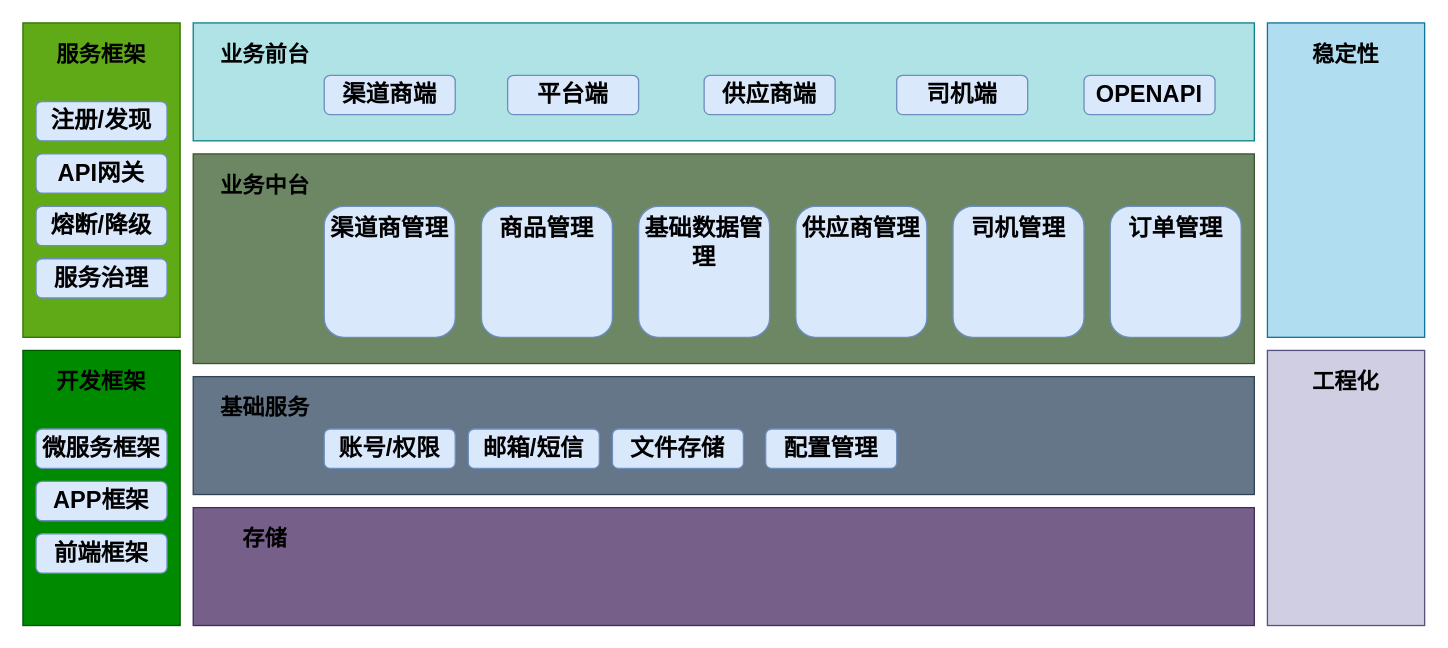
Above: images/未命名绘图.drawio in youngsapling/kappak (draw.io), before the change. Source tidied: cells renumbered, new cells numbered last; positions are measured from the earlier drawing's top-left corner, leaving out a move shared by most shapes. Both pictures are drawn from the tidied source at 131%, with x=0, y=0 at pixel (22, 22).
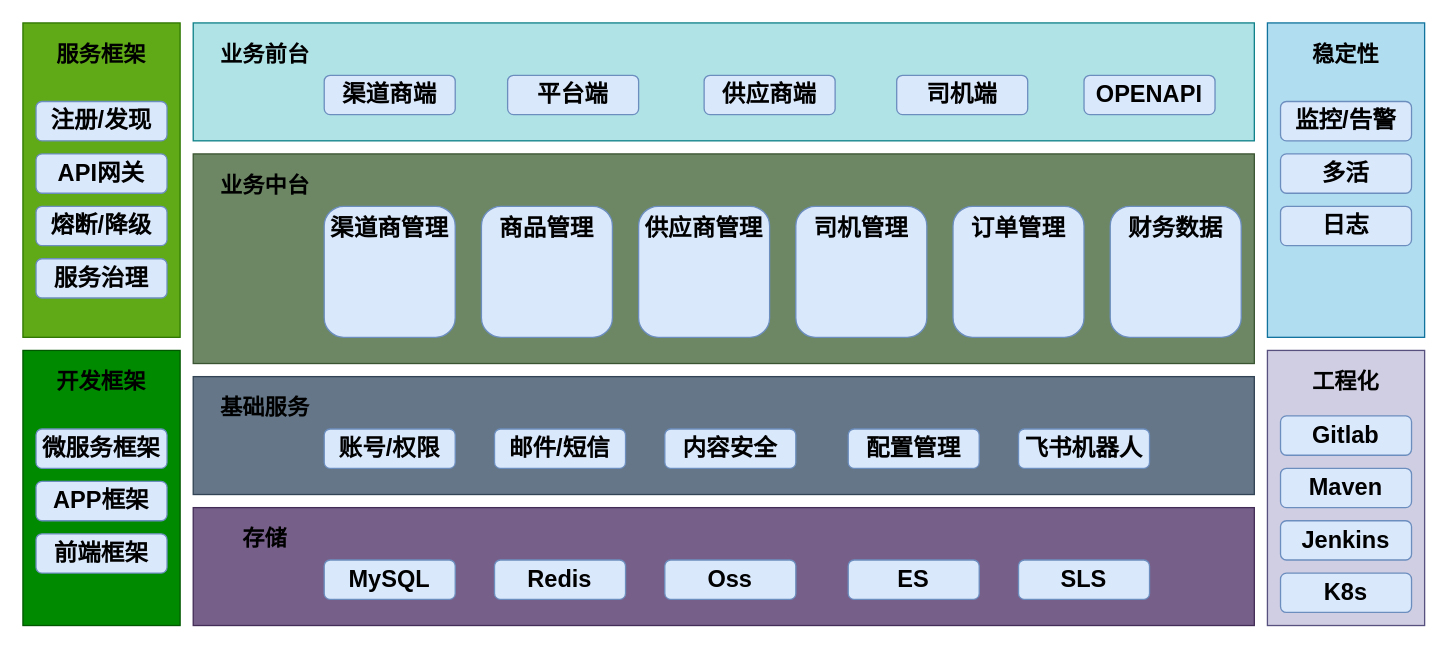
Above is the later version.

Commit message:
更新未命名绘图.drawio

The edit, as a diff of the source:
```diff
@@
-    <mxCell id="32" value="&lt;span style=&quot;font-size: 18px;&quot;&gt;&lt;b&gt;基础数据管理&lt;/b&gt;&lt;/span&gt;" style="rounded=1;whiteSpace=wrap;html=1;fillColor=#dae8fc;strokeColor=#6c8ebf;align=center;horizontal=1;verticalAlign=top;" parent="1" vertex="1">
+    <mxCell id="32" value="&lt;b style=&quot;font-size: 18px;&quot;&gt;供应商管理&lt;/b&gt;" style="rounded=1;whiteSpace=wrap;html=1;fillColor=#dae8fc;strokeColor=#6c8ebf;align=center;horizontal=1;verticalAlign=top;" parent="1" vertex="1">
       <mxGeometry x="470" y="140" width="100" height="100" as="geometry" />
     </mxCell>
-    <mxCell id="33" value="&lt;span style=&quot;font-size: 18px;&quot;&gt;&lt;b&gt;供应商管理&lt;/b&gt;&lt;/span&gt;" style="rounded=1;whiteSpace=wrap;html=1;fillColor=#dae8fc;strokeColor=#6c8ebf;align=center;horizontal=1;verticalAlign=top;" parent="1" vertex="1">
+    <mxCell id="33" value="&lt;b style=&quot;font-size: 18px;&quot;&gt;司机管理&lt;/b&gt;" style="rounded=1;whiteSpace=wrap;html=1;fillColor=#dae8fc;strokeColor=#6c8ebf;align=center;horizontal=1;verticalAlign=top;" parent="1" vertex="1">
       <mxGeometry x="590" y="140" width="100" height="100" as="geometry" />
     </mxCell>
-    <mxCell id="34" value="&lt;span style=&quot;font-size: 18px;&quot;&gt;&lt;b&gt;司机管理&lt;/b&gt;&lt;/span&gt;" style="rounded=1;whiteSpace=wrap;html=1;fillColor=#dae8fc;strokeColor=#6c8ebf;align=center;horizontal=1;verticalAlign=top;" parent="1" vertex="1">
+    <mxCell id="34" value="&lt;b style=&quot;font-size: 18px;&quot;&gt;订单管理&lt;/b&gt;" style="rounded=1;whiteSpace=wrap;html=1;fillColor=#dae8fc;strokeColor=#6c8ebf;align=center;horizontal=1;verticalAlign=top;" parent="1" vertex="1">
       <mxGeometry x="710" y="140" width="100" height="100" as="geometry" />
     </mxCell>
-    <mxCell id="35" value="&lt;span style=&quot;font-size: 18px;&quot;&gt;&lt;b&gt;订单管理&lt;/b&gt;&lt;/span&gt;" style="rounded=1;whiteSpace=wrap;html=1;fillColor=#dae8fc;strokeColor=#6c8ebf;align=center;horizontal=1;verticalAlign=top;" parent="1" vertex="1">
+    <mxCell id="35" value="&lt;span style=&quot;font-size: 18px;&quot;&gt;&lt;b&gt;财务数据&lt;/b&gt;&lt;/span&gt;" style="rounded=1;whiteSpace=wrap;html=1;fillColor=#dae8fc;strokeColor=#6c8ebf;align=center;horizontal=1;verticalAlign=top;" parent="1" vertex="1">
       <mxGeometry x="830" y="140" width="100" height="100" as="geometry" />
     </mxCell>
@@
-    <mxCell id="37" value="&lt;b&gt;&lt;font style=&quot;font-size: 18px;&quot;&gt;邮箱/短信&lt;/font&gt;&lt;/b&gt;" style="rounded=1;whiteSpace=wrap;html=1;fillColor=#dae8fc;strokeColor=#6c8ebf;" parent="1" vertex="1">
-      <mxGeometry x="340" y="310" width="100" height="30" as="geometry" />
+    <mxCell id="37" value="&lt;b&gt;&lt;font style=&quot;font-size: 18px;&quot;&gt;邮件/短信&lt;/font&gt;&lt;/b&gt;" style="rounded=1;whiteSpace=wrap;html=1;fillColor=#dae8fc;strokeColor=#6c8ebf;" parent="1" vertex="1">
+      <mxGeometry x="360" y="310" width="100" height="30" as="geometry" />
     </mxCell>
-    <mxCell id="38" value="&lt;b&gt;&lt;font style=&quot;font-size: 18px;&quot;&gt;文件存储&lt;/font&gt;&lt;/b&gt;" style="rounded=1;whiteSpace=wrap;html=1;fillColor=#dae8fc;strokeColor=#6c8ebf;" parent="1" vertex="1">
-      <mxGeometry x="450" y="310" width="100" height="30" as="geometry" />
+    <mxCell id="38" value="&lt;b&gt;&lt;font style=&quot;font-size: 18px;&quot;&gt;内容安全&lt;/font&gt;&lt;/b&gt;" style="rounded=1;whiteSpace=wrap;html=1;fillColor=#dae8fc;strokeColor=#6c8ebf;" parent="1" vertex="1">
+      <mxGeometry x="490" y="310" width="100" height="30" as="geometry" />
     </mxCell>
     <mxCell id="39" value="&lt;b&gt;&lt;font style=&quot;font-size: 18px;&quot;&gt;配置管理&lt;/font&gt;&lt;/b&gt;" style="rounded=1;whiteSpace=wrap;html=1;fillColor=#dae8fc;strokeColor=#6c8ebf;" parent="1" vertex="1">
-      <mxGeometry x="567" y="310" width="100" height="30" as="geometry" />
+      <mxGeometry x="630" y="310" width="100" height="30" as="geometry" />
     </mxCell>
+    <mxCell id="40" value="&lt;b&gt;&lt;font style=&quot;font-size: 18px;&quot;&gt;飞书机器人&lt;/font&gt;&lt;/b&gt;" style="rounded=1;whiteSpace=wrap;html=1;fillColor=#dae8fc;strokeColor=#6c8ebf;" parent="1" vertex="1">
+      <mxGeometry x="760" y="310" width="100" height="30" as="geometry" />
+    </mxCell>
+    <mxCell id="41" value="&lt;b&gt;&lt;font style=&quot;font-size: 18px;&quot;&gt;MySQL&lt;/font&gt;&lt;/b&gt;" style="rounded=1;whiteSpace=wrap;html=1;fillColor=#dae8fc;strokeColor=#6c8ebf;" parent="1" vertex="1">
+      <mxGeometry x="230" y="410" width="100" height="30" as="geometry" />
+    </mxCell>
+    <mxCell id="42" value="&lt;b&gt;&lt;font style=&quot;font-size: 18px;&quot;&gt;Redis&lt;/font&gt;&lt;/b&gt;" style="rounded=1;whiteSpace=wrap;html=1;fillColor=#dae8fc;strokeColor=#6c8ebf;" parent="1" vertex="1">
+      <mxGeometry x="360" y="410" width="100" height="30" as="geometry" />
+    </mxCell>
+    <mxCell id="43" value="&lt;b&gt;&lt;font style=&quot;font-size: 18px;&quot;&gt;Oss&lt;/font&gt;&lt;/b&gt;" style="rounded=1;whiteSpace=wrap;html=1;fillColor=#dae8fc;strokeColor=#6c8ebf;" parent="1" vertex="1">
+      <mxGeometry x="490" y="410" width="100" height="30" as="geometry" />
+    </mxCell>
+    <mxCell id="44" value="&lt;span style=&quot;font-size: 18px;&quot;&gt;&lt;b&gt;ES&lt;/b&gt;&lt;/span&gt;" style="rounded=1;whiteSpace=wrap;html=1;fillColor=#dae8fc;strokeColor=#6c8ebf;" parent="1" vertex="1">
+      <mxGeometry x="630" y="410" width="100" height="30" as="geometry" />
+    </mxCell>
+    <mxCell id="45" value="&lt;b&gt;&lt;font style=&quot;font-size: 18px;&quot;&gt;SLS&lt;/font&gt;&lt;/b&gt;" style="rounded=1;whiteSpace=wrap;html=1;fillColor=#dae8fc;strokeColor=#6c8ebf;" parent="1" vertex="1">
+      <mxGeometry x="760" y="410" width="100" height="30" as="geometry" />
+    </mxCell>
+    <mxCell id="46" value="&lt;span style=&quot;font-size: 18px;&quot;&gt;&lt;b&gt;监控/告警&lt;/b&gt;&lt;/span&gt;" style="rounded=1;whiteSpace=wrap;html=1;fillColor=#dae8fc;strokeColor=#6c8ebf;" parent="1" vertex="1">
+      <mxGeometry x="960" y="60" width="100" height="30" as="geometry" />
+    </mxCell>
+    <mxCell id="47" value="&lt;span style=&quot;font-size: 18px;&quot;&gt;&lt;b&gt;多活&lt;/b&gt;&lt;/span&gt;" style="rounded=1;whiteSpace=wrap;html=1;fillColor=#dae8fc;strokeColor=#6c8ebf;" parent="1" vertex="1">
+      <mxGeometry x="960" y="100" width="100" height="30" as="geometry" />
+    </mxCell>
+    <mxCell id="48" value="&lt;span style=&quot;font-size: 18px;&quot;&gt;&lt;b&gt;日志&lt;/b&gt;&lt;/span&gt;" style="rounded=1;whiteSpace=wrap;html=1;fillColor=#dae8fc;strokeColor=#6c8ebf;" parent="1" vertex="1">
+      <mxGeometry x="960" y="140" width="100" height="30" as="geometry" />
+    </mxCell>
+    <mxCell id="49" value="&lt;span style=&quot;font-size: 18px;&quot;&gt;&lt;b&gt;Gitlab&lt;/b&gt;&lt;/span&gt;" style="rounded=1;whiteSpace=wrap;html=1;fillColor=#dae8fc;strokeColor=#6c8ebf;" parent="1" vertex="1">
+      <mxGeometry x="960" y="300" width="100" height="30" as="geometry" />
+    </mxCell>
+    <mxCell id="50" value="&lt;span style=&quot;font-size: 18px;&quot;&gt;&lt;b&gt;Maven&lt;/b&gt;&lt;/span&gt;" style="rounded=1;whiteSpace=wrap;html=1;fillColor=#dae8fc;strokeColor=#6c8ebf;" parent="1" vertex="1">
+      <mxGeometry x="960" y="340" width="100" height="30" as="geometry" />
+    </mxCell>
+    <mxCell id="51" value="&lt;span style=&quot;font-size: 18px;&quot;&gt;&lt;b&gt;Jenkins&lt;/b&gt;&lt;/span&gt;" style="rounded=1;whiteSpace=wrap;html=1;fillColor=#dae8fc;strokeColor=#6c8ebf;" parent="1" vertex="1">
+      <mxGeometry x="960" y="380" width="100" height="30" as="geometry" />
+    </mxCell>
+    <mxCell id="52" value="&lt;span style=&quot;font-size: 18px;&quot;&gt;&lt;b&gt;K8s&lt;/b&gt;&lt;/span&gt;" style="rounded=1;whiteSpace=wrap;html=1;fillColor=#dae8fc;strokeColor=#6c8ebf;" parent="1" vertex="1">
+      <mxGeometry x="960" y="420" width="100" height="30" as="geometry" />
+    </mxCell>
```
